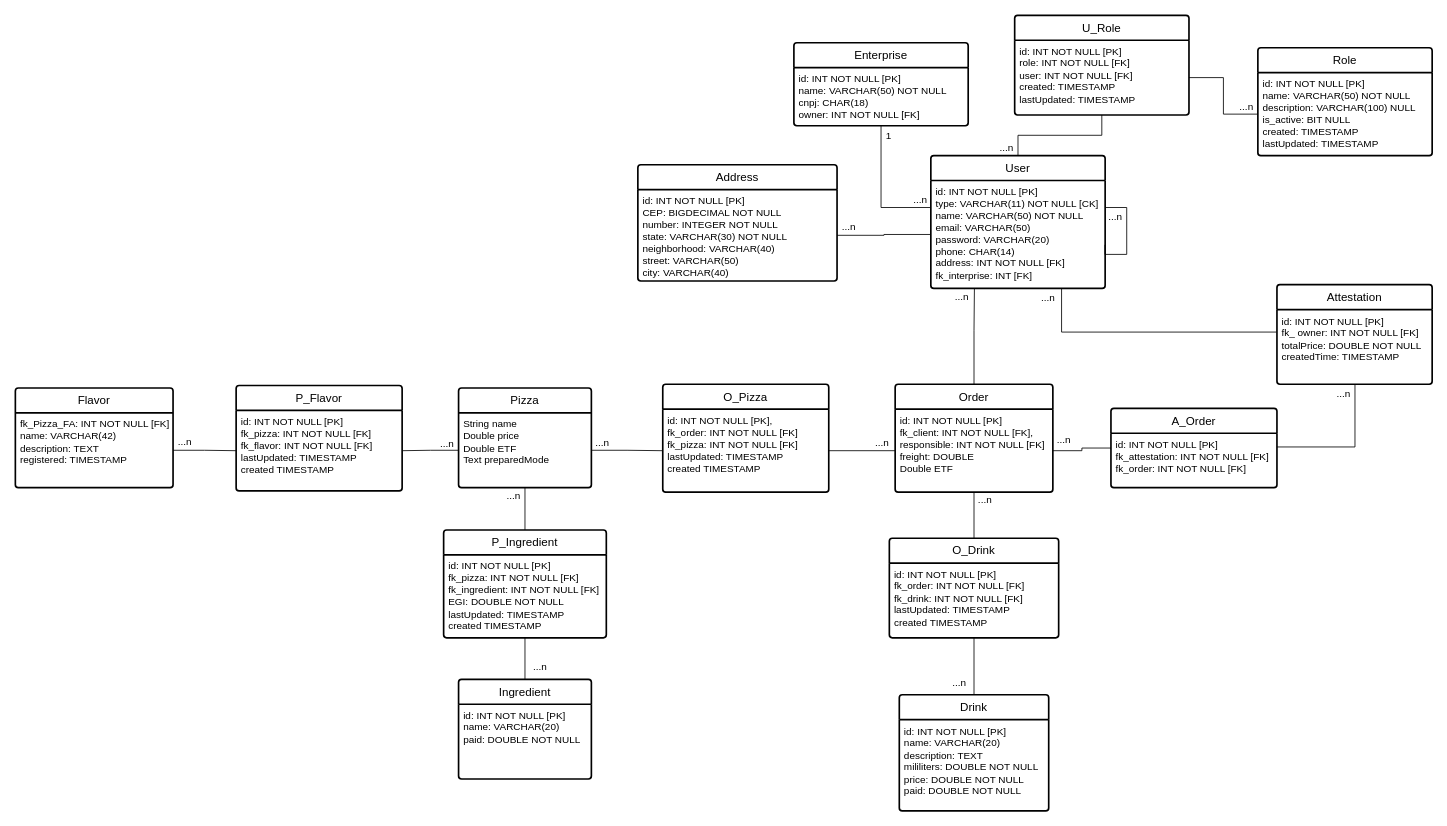
Before: DER Orderize.drawio in Sant-Thiago/Estudos, a draw.io diagram. Source tidied: cells renumbered, new cells numbered last; positions are measured from the earlier drawing's top-left corner, leaving out a move shared by most shapes. Both pictures are drawn from the tidied source at 83%, with x=0, y=0 at pixel (15, 15).
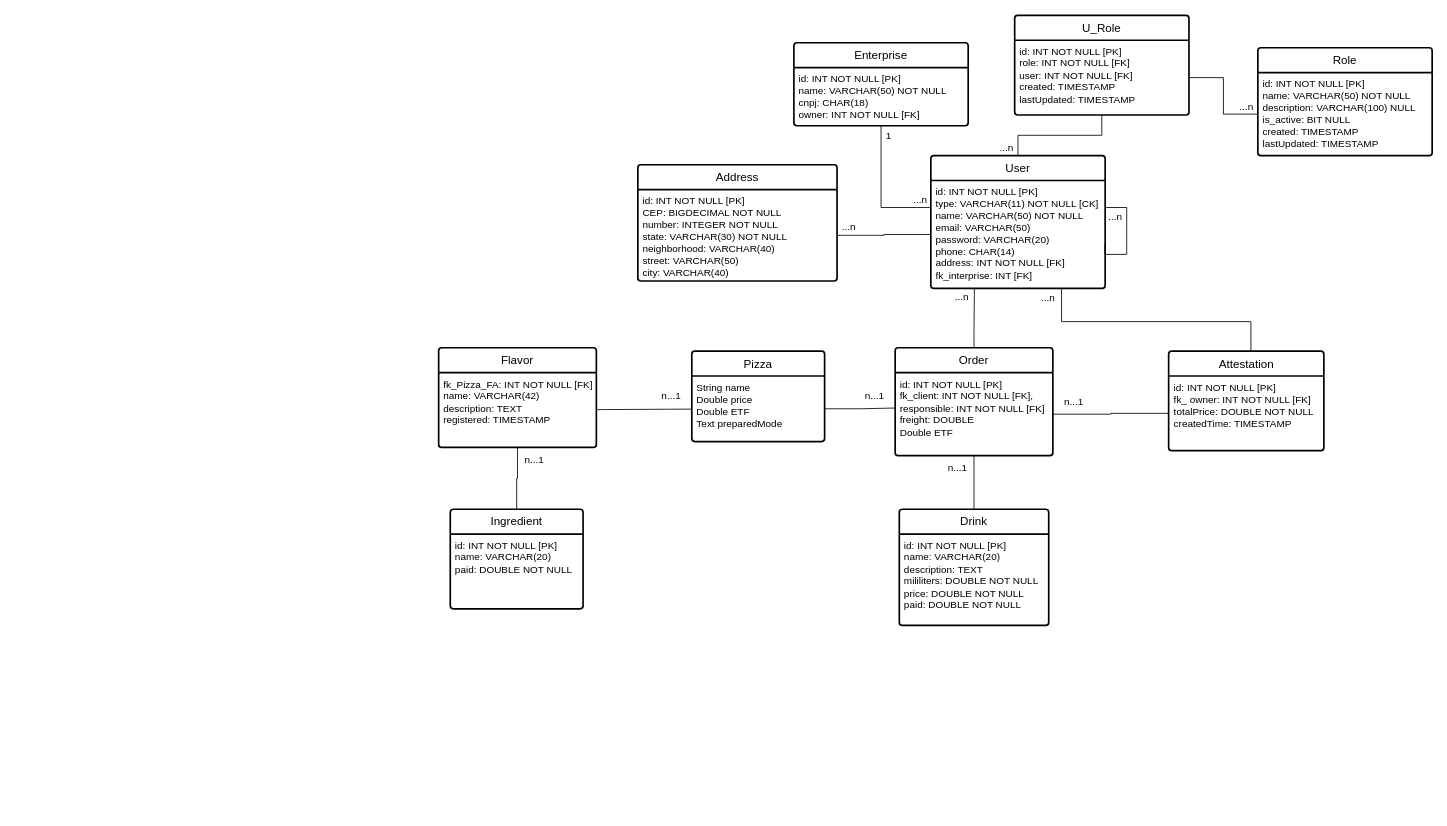
Above is the later version.

Unchanged cells that the change refers to:
```xml
<mxCell id="7" value="&lt;div&gt;id: INT NOT NULL [PK]&lt;/div&gt;&lt;div&gt;&lt;span style=&quot;background-color: initial;&quot;&gt;type: VARCHAR(11) NOT NULL [CK]&lt;/span&gt;&lt;/div&gt;&lt;div&gt;&lt;span style=&quot;background-color: initial;&quot;&gt;name:&amp;nbsp;&lt;/span&gt;VARCHAR(50) NOT NULL&amp;nbsp;&lt;/div&gt;&lt;div&gt;email:&amp;nbsp;&lt;span style=&quot;background-color: initial;&quot;&gt;VARCHAR(50)&lt;/span&gt;&lt;/div&gt;&lt;div&gt;password:&amp;nbsp;&lt;span style=&quot;background-color: initial;&quot;&gt;VARCHAR(20)&lt;/span&gt;&lt;/div&gt;&lt;div&gt;phone: CHAR(14)&lt;/div&gt;&lt;div&gt;&lt;span style=&quot;background-color: initial;&quot;&gt;address: INT NOT NULL [FK]&lt;/span&gt;&lt;/div&gt;&lt;div&gt;fk_interprise: INT [FK]&amp;nbsp; &lt;br&gt;&lt;/div&gt;&lt;div&gt;&lt;br&gt;&lt;/div&gt;&lt;div&gt;&lt;span style=&quot;background-color: initial;&quot;&gt;&lt;br&gt;&lt;/span&gt;&lt;/div&gt;&lt;div&gt;&lt;br&gt;&lt;/div&gt;&lt;div&gt;&lt;br&gt;&lt;/div&gt;" style="align=left;strokeColor=none;fillColor=none;spacingLeft=4;fontSize=12;verticalAlign=top;html=1;" parent="6" vertex="1">
  <mxGeometry y="30" width="210" height="130" as="geometry" />
</mxCell>
<mxCell id="10" value="&lt;div&gt;fk_Pizza_FA: INT NOT NULL [FK]&lt;br&gt;&lt;/div&gt;&lt;div&gt;name: VARCHAR(42)&lt;/div&gt;&lt;div&gt;&lt;span style=&quot;background-color: initial;&quot;&gt;description: TEXT&lt;/span&gt;&amp;nbsp;&lt;/div&gt;&lt;div&gt;registered: TIMESTAMP&amp;nbsp;&lt;/div&gt;" style="align=left;strokeColor=none;fillColor=none;spacingLeft=4;fontSize=12;verticalAlign=top;html=1;" parent="9" vertex="1">
  <mxGeometry y="30" width="190" height="90" as="geometry" />
</mxCell>
<mxCell id="15" value="&lt;div&gt;id: INT NOT NULL [PK]&lt;/div&gt;fk_client: INT NOT NULL [FK],&lt;br&gt;&lt;div&gt;&lt;span style=&quot;background-color: initial;&quot;&gt;responsible:&amp;nbsp;&lt;/span&gt;INT NOT NULL [FK]&lt;/div&gt;&lt;div&gt;&lt;span style=&quot;background-color: initial;&quot;&gt;freight:&amp;nbsp;&lt;/span&gt;DOUBLE &lt;br&gt;&lt;/div&gt;&lt;div&gt;Double ETF&lt;br&gt;&lt;/div&gt;" style="align=left;strokeColor=none;fillColor=none;spacingLeft=4;fontSize=12;verticalAlign=top;html=1;" parent="14" vertex="1">
  <mxGeometry y="30" width="190" height="100" as="geometry" />
</mxCell>
<mxCell id="20" value="&lt;div&gt;id: INT NOT NULL [PK]&lt;/div&gt;&lt;div&gt;&lt;div&gt;&lt;span style=&quot;background-color: initial;&quot;&gt;fk_ owner: INT NOT NULL [FK]&lt;/span&gt;&lt;/div&gt;&lt;/div&gt;&lt;div&gt;&lt;span style=&quot;background-color: initial;&quot;&gt;totalPrice:&amp;nbsp;&lt;/span&gt;DOUBLE NOT NULL&lt;br&gt;&lt;/div&gt;&lt;div&gt;createdTime: TIMESTAMP&lt;/div&gt;&lt;div&gt;&lt;br&gt;&lt;/div&gt;" style="align=left;strokeColor=none;fillColor=none;spacingLeft=4;fontSize=12;verticalAlign=top;html=1;" parent="19" vertex="1">
  <mxGeometry y="30" width="187" height="90" as="geometry" />
</mxCell>
```

The edit, as a diff of the source:
```diff
@@
-    <mxCell id="2" value="...&lt;span style=&quot;background-color: initial;&quot;&gt;n&lt;/span&gt;" style="text;html=1;align=center;verticalAlign=middle;strokeColor=none;fillColor=none;" parent="1" vertex="1">
-      <mxGeometry x="1024" y="499.5" width="40" height="30" as="geometry" />
+    <mxCell id="2" value="n...1" style="text;html=1;align=center;verticalAlign=middle;strokeColor=none;fillColor=none;" parent="1" vertex="1">
+      <mxGeometry x="1010" y="444" width="50" height="30" as="geometry" />
     </mxCell>
-    <mxCell id="3" value="...&lt;span style=&quot;background-color: initial;&quot;&gt;n&lt;/span&gt;" style="text;html=1;align=center;verticalAlign=middle;strokeColor=none;fillColor=none;" parent="1" vertex="1">
-      <mxGeometry x="184" y="498.5" width="40" height="30" as="geometry" />
-    </mxCell>
-    <mxCell id="4" value="...&lt;span style=&quot;background-color: initial;&quot;&gt;n&lt;/span&gt;" style="text;html=1;align=center;verticalAlign=middle;strokeColor=none;fillColor=none;" parent="1" vertex="1">
-      <mxGeometry x="687" y="500" width="40" height="30" as="geometry" />
-    </mxCell>
@@
     <mxCell id="9" value="Flavor" style="swimlane;horizontal=1;startSize=30;rounded=1;fontSize=14;fontStyle=0;strokeWidth=2;shadow=0;dashed=0;align=center;arcSize=4;whiteSpace=wrap;html=1;" parent="1" vertex="1">
-      <mxGeometry y="449" width="190" height="120" as="geometry" />
+      <mxGeometry x="510" y="400.5" width="190" height="120" as="geometry" />
     </mxCell>
@@
     <mxCell id="11" value="Pizza" style="swimlane;horizontal=1;startSize=30;rounded=1;fontSize=14;fontStyle=0;strokeWidth=2;shadow=0;dashed=0;align=center;arcSize=4;whiteSpace=wrap;html=1;" parent="1" vertex="1">
-      <mxGeometry x="534" y="449" width="160" height="120" as="geometry" />
+      <mxGeometry x="815" y="404.5" width="160" height="109" as="geometry" />
     </mxCell>
     <mxCell id="12" value="&lt;div&gt;String name&lt;/div&gt;&lt;div&gt;Double price&lt;span style=&quot;background-color: initial;&quot;&gt;&amp;nbsp;&lt;/span&gt;&lt;/div&gt;&lt;div&gt;Double&amp;nbsp;ETF&lt;/div&gt;&lt;div&gt;Text preparedMode&lt;/div&gt;" style="align=left;strokeColor=none;fillColor=none;spacingLeft=4;fontSize=12;verticalAlign=top;html=1;" parent="11" vertex="1">
-      <mxGeometry y="30" width="160" height="90" as="geometry" />
+      <mxGeometry y="30" width="160" height="79" as="geometry" />
     </mxCell>
@@
     <mxCell id="14" value="Ord&lt;span style=&quot;background-color: initial;&quot;&gt;er&lt;/span&gt;" style="swimlane;horizontal=1;startSize=30;rounded=1;fontSize=14;fontStyle=0;strokeWidth=2;shadow=0;dashed=0;align=center;arcSize=4;whiteSpace=wrap;html=1;" parent="1" vertex="1">
-      <mxGeometry x="1060" y="444.5" width="190" height="130" as="geometry" />
+      <mxGeometry x="1060" y="400.5" width="190" height="130" as="geometry" />
     </mxCell>
@@
-    <mxCell id="18" style="edgeStyle=orthogonalEdgeStyle;rounded=0;jettySize=auto;html=1;exitX=-0.002;exitY=0.301;exitDx=0;exitDy=0;endArrow=none;endFill=0;endSize=12;entryX=0.75;entryY=1;entryDx=0;entryDy=0;exitPerimeter=0;" parent="1" edge="1" source="20" target="7">
-      <mxGeometry relative="1" as="geometry" />
+    <mxCell id="18" style="edgeStyle=orthogonalEdgeStyle;rounded=0;jettySize=auto;html=1;exitX=0.53;exitY=0.006;exitDx=0;exitDy=0;endArrow=none;endFill=0;endSize=12;entryX=0.75;entryY=1;entryDx=0;entryDy=0;exitPerimeter=0;" parent="1" edge="1" source="19" target="7">
+      <mxGeometry relative="1" as="geometry">
+        <Array as="points">
+          <mxPoint x="1489" y="369" />
+          <mxPoint x="1260" y="369" />
+        </Array>
+      </mxGeometry>
     </mxCell>
     <mxCell id="19" value="Attestation" style="swimlane;horizontal=1;startSize=30;rounded=1;fontSize=14;fontStyle=0;strokeWidth=2;shadow=0;dashed=0;align=center;arcSize=4;whiteSpace=wrap;html=1;" parent="1" vertex="1">
-      <mxGeometry x="1520" y="324.5" width="187" height="120" as="geometry" />
+      <mxGeometry x="1389.5" y="404.5" width="187" height="120" as="geometry" />
     </mxCell>
@@
+    <mxCell id="69" style="edgeStyle=orthogonalEdgeStyle;rounded=0;jettySize=auto;html=1;fontSize=12;startSize=8;endSize=8;endArrow=none;endFill=0;" parent="1" edge="1" source="22" target="15">
+      <mxGeometry relative="1" as="geometry" />
+    </mxCell>
     <mxCell id="22" value="Drink" style="swimlane;horizontal=1;startSize=30;rounded=1;fontSize=14;fontStyle=0;strokeWidth=2;shadow=0;dashed=0;align=center;arcSize=4;whiteSpace=wrap;html=1;" parent="1" vertex="1">
-      <mxGeometry x="1065" y="818.5" width="180" height="140" as="geometry" />
+      <mxGeometry x="1065" y="595" width="180" height="140" as="geometry" />
     </mxCell>
@@
+    <mxCell id="70" style="edgeStyle=orthogonalEdgeStyle;rounded=0;jettySize=auto;html=1;entryX=0.5;entryY=1;entryDx=0;entryDy=0;fontSize=12;startSize=8;endSize=8;endArrow=none;endFill=0;" parent="1" edge="1" source="24" target="10">
+      <mxGeometry relative="1" as="geometry" />
+    </mxCell>
     <mxCell id="24" value="Ingredient" style="swimlane;horizontal=1;startSize=30;rounded=1;fontSize=14;fontStyle=0;strokeWidth=2;shadow=0;dashed=0;align=center;arcSize=4;whiteSpace=wrap;html=1;" parent="1" vertex="1">
-      <mxGeometry x="534" y="800" width="160" height="120" as="geometry" />
+      <mxGeometry x="524" y="595" width="160" height="120" as="geometry" />
     </mxCell>
@@
-    <mxCell id="26" style="edgeStyle=orthogonalEdgeStyle;rounded=0;jettySize=auto;html=1;exitX=0.5;exitY=1;exitDx=0;exitDy=0;entryX=0.5;entryY=0;entryDx=0;entryDy=0;endArrow=none;endFill=0;endSize=12;" parent="1" edge="1" source="44" target="22">
-      <mxGeometry relative="1" as="geometry" />
-    </mxCell>
-    <mxCell id="27" value="...n" style="text;html=1;align=center;verticalAlign=middle;strokeColor=none;fillColor=none;" parent="1" vertex="1">
-      <mxGeometry x="1148" y="568.5" width="40" height="30" as="geometry" />
-    </mxCell>
-    <mxCell id="28" value="...&lt;span style=&quot;background-color: initial;&quot;&gt;n&lt;/span&gt;" style="text;html=1;align=center;verticalAlign=middle;strokeColor=none;fillColor=none;" parent="1" vertex="1">
-      <mxGeometry x="500" y="501" width="40" height="30" as="geometry" />
-    </mxCell>
-    <mxCell id="29" value="P_Flavor" style="swimlane;horizontal=1;startSize=30;rounded=1;fontSize=14;fontStyle=0;strokeWidth=2;shadow=0;dashed=0;align=center;arcSize=4;whiteSpace=wrap;html=1;" parent="1" vertex="1">
-      <mxGeometry x="266" y="446" width="200" height="127" as="geometry" />
-    </mxCell>
-    <mxCell id="30" value="&lt;div&gt;id: INT NOT NULL [PK]&lt;/div&gt;&lt;div&gt;fk_pizza: INT NOT NULL [FK]&lt;/div&gt;&lt;div&gt;fk_flavor: INT NOT NULL [FK]&amp;nbsp;&lt;/div&gt;&lt;div&gt;&lt;div&gt;lastUpdated: TIMESTAMP&lt;/div&gt;&lt;div&gt;created TIMESTAMP&lt;/div&gt;&lt;/div&gt;" style="align=left;strokeColor=none;fillColor=none;spacingLeft=4;fontSize=12;verticalAlign=top;html=1;" parent="29" vertex="1">
-      <mxGeometry y="30" width="200" height="97" as="geometry" />
-    </mxCell>
-    <mxCell id="31" style="edgeStyle=orthogonalEdgeStyle;rounded=0;jettySize=auto;html=1;endArrow=none;endFill=0;" parent="1" edge="1" source="12" target="30">
-      <mxGeometry relative="1" as="geometry" />
-    </mxCell>
-    <mxCell id="32" style="edgeStyle=orthogonalEdgeStyle;rounded=0;jettySize=auto;html=1;exitX=1;exitY=0.5;exitDx=0;exitDy=0;entryX=0;entryY=0.5;entryDx=0;entryDy=0;endArrow=none;endFill=0;" parent="1" edge="1" source="10" target="30">
-      <mxGeometry relative="1" as="geometry" />
-    </mxCell>
-    <mxCell id="33" style="edgeStyle=orthogonalEdgeStyle;rounded=0;jettySize=auto;html=1;exitX=0.5;exitY=1;exitDx=0;exitDy=0;entryX=0.5;entryY=0;entryDx=0;entryDy=0;endSize=12;endArrow=none;endFill=0;" parent="1" edge="1" source="12" target="34">
-      <mxGeometry relative="1" as="geometry" />
-    </mxCell>
-    <mxCell id="34" value="P_Ingredient" style="swimlane;horizontal=1;startSize=30;rounded=1;fontSize=14;fontStyle=0;strokeWidth=2;shadow=0;dashed=0;align=center;arcSize=4;whiteSpace=wrap;html=1;" parent="1" vertex="1">
-      <mxGeometry x="516" y="620" width="196" height="130" as="geometry" />
-    </mxCell>
-    <mxCell id="35" value="&lt;div&gt;id: INT NOT NULL [PK]&lt;/div&gt;&lt;div&gt;fk_pizza: INT NOT NULL [FK]&lt;/div&gt;&lt;div&gt;fk_ingredient: INT NOT NULL [FK]&lt;/div&gt;&lt;div&gt;EGI: DOUBLE NOT NULL&lt;/div&gt;&lt;div&gt;&lt;div&gt;lastUpdated: TIMESTAMP&lt;/div&gt;&lt;div&gt;created TIMESTAMP&lt;/div&gt;&lt;/div&gt;" style="align=left;strokeColor=none;fillColor=none;spacingLeft=4;fontSize=12;verticalAlign=top;html=1;" parent="34" vertex="1">
-      <mxGeometry y="30" width="196" height="100" as="geometry" />
-    </mxCell>
-    <mxCell id="36" value="...&lt;span style=&quot;background-color: initial;&quot;&gt;n&lt;/span&gt;" style="text;html=1;align=center;verticalAlign=middle;strokeColor=none;fillColor=none;" parent="1" vertex="1">
-      <mxGeometry x="612" y="770" width="40" height="30" as="geometry" />
-    </mxCell>
-    <mxCell id="37" value="...&lt;span style=&quot;background-color: initial;&quot;&gt;n&lt;/span&gt;" style="text;html=1;align=center;verticalAlign=middle;strokeColor=none;fillColor=none;" parent="1" vertex="1">
-      <mxGeometry x="580" y="564" width="40" height="30" as="geometry" />
-    </mxCell>
-    <mxCell id="38" value="O_Pizza" style="swimlane;horizontal=1;startSize=30;rounded=1;fontSize=14;fontStyle=0;strokeWidth=2;shadow=0;dashed=0;align=center;arcSize=4;whiteSpace=wrap;html=1;" parent="1" vertex="1">
-      <mxGeometry x="780" y="444.5" width="200" height="130" as="geometry" />
-    </mxCell>
-    <mxCell id="39" value="id: INT NOT NULL [PK],&lt;br&gt;&lt;div&gt;&lt;span style=&quot;background-color: initial;&quot;&gt;fk_order:&amp;nbsp;&lt;/span&gt;INT NOT NULL [FK]&lt;/div&gt;&lt;div&gt;&lt;span style=&quot;background-color: initial;&quot;&gt;fk_pizza: INT NOT NULL [FK]&lt;/span&gt;&lt;/div&gt;&lt;div&gt;&lt;div&gt;lastUpdated: TIMESTAMP&lt;/div&gt;&lt;div&gt;created TIMESTAMP&lt;/div&gt;&lt;/div&gt;" style="align=left;strokeColor=none;fillColor=none;spacingLeft=4;fontSize=12;verticalAlign=top;html=1;" parent="38" vertex="1">
-      <mxGeometry y="30" width="200" height="100" as="geometry" />
-    </mxCell>
-    <mxCell id="40" style="edgeStyle=orthogonalEdgeStyle;rounded=0;jettySize=auto;html=1;exitX=0.5;exitY=0;exitDx=0;exitDy=0;endArrow=none;endFill=0;" parent="1" edge="1" source="24" target="35">
-      <mxGeometry relative="1" as="geometry" />
-    </mxCell>
-    <mxCell id="41" style="edgeStyle=orthogonalEdgeStyle;rounded=0;jettySize=auto;html=1;endArrow=none;endFill=0;" parent="1" edge="1" source="12" target="39">
+    <mxCell id="41" style="edgeStyle=orthogonalEdgeStyle;rounded=0;jettySize=auto;html=1;endArrow=none;endFill=0;entryX=0.002;entryY=0.426;entryDx=0;entryDy=0;entryPerimeter=0;" parent="1" edge="1" source="12" target="15">
       <mxGeometry relative="1" as="geometry" />
     </mxCell>
-    <mxCell id="42" style="edgeStyle=orthogonalEdgeStyle;rounded=0;jettySize=auto;html=1;exitX=1;exitY=0.5;exitDx=0;exitDy=0;entryX=0;entryY=0.5;entryDx=0;entryDy=0;endArrow=none;endFill=0;" parent="1" edge="1" source="39" target="15">
-      <mxGeometry relative="1" as="geometry" />
-    </mxCell>
-    <mxCell id="43" style="edgeStyle=orthogonalEdgeStyle;rounded=0;jettySize=auto;html=1;exitX=0.5;exitY=1;exitDx=0;exitDy=0;entryX=0.5;entryY=0;entryDx=0;entryDy=0;endArrow=none;endFill=0;endSize=12;" parent="1" edge="1" source="15" target="44">
-      <mxGeometry relative="1" as="geometry" />
-    </mxCell>
-    <mxCell id="44" value="O_Drink" style="swimlane;horizontal=1;startSize=30;rounded=1;fontSize=14;fontStyle=0;strokeWidth=2;shadow=0;dashed=0;align=center;arcSize=4;whiteSpace=wrap;html=1;" parent="1" vertex="1">
-      <mxGeometry x="1053" y="630" width="204" height="120" as="geometry" />
-    </mxCell>
-    <mxCell id="45" value="&lt;div&gt;id: INT NOT NULL [PK]&lt;/div&gt;&lt;div&gt;fk_order: INT NOT NULL [FK]&lt;/div&gt;&lt;div&gt;fk_drink: INT NOT NULL [FK]&lt;/div&gt;&lt;div&gt;&lt;span style=&quot;background-color: initial;&quot;&gt;lastUpdated: TIMESTAMP&lt;/span&gt;&lt;/div&gt;&lt;div&gt;&lt;div&gt;created TIMESTAMP&lt;/div&gt;&lt;/div&gt;" style="align=left;strokeColor=none;fillColor=none;spacingLeft=4;fontSize=12;verticalAlign=top;html=1;" parent="44" vertex="1">
-      <mxGeometry y="30" width="204" height="90" as="geometry" />
-    </mxCell>
-    <mxCell id="46" value="...&lt;span style=&quot;background-color: initial;&quot;&gt;n&lt;/span&gt;" style="text;html=1;align=center;verticalAlign=middle;strokeColor=none;fillColor=none;" parent="1" vertex="1">
-      <mxGeometry x="1117" y="789" width="40" height="30" as="geometry" />
-    </mxCell>
@@
-    <mxCell id="51" style="edgeStyle=orthogonalEdgeStyle;rounded=0;jettySize=auto;html=1;endArrow=none;endFill=0;" parent="1" edge="1" source="52" target="15">
-      <mxGeometry relative="1" as="geometry" />
-    </mxCell>
-    <mxCell id="52" value="A_Order" style="swimlane;horizontal=1;startSize=30;rounded=1;fontSize=14;fontStyle=0;strokeWidth=2;shadow=0;dashed=0;align=center;arcSize=4;whiteSpace=wrap;html=1;" parent="1" vertex="1">
-      <mxGeometry x="1320" y="473.5" width="200" height="95.5" as="geometry" />
-    </mxCell>
-    <mxCell id="53" value="&lt;div&gt;id: INT NOT NULL [PK]&lt;/div&gt;&lt;div&gt;fk_attestation: INT NOT NULL [FK]&lt;/div&gt;&lt;div&gt;fk_order: INT NOT NULL [FK]&lt;/div&gt;" style="align=left;strokeColor=none;fillColor=none;spacingLeft=4;fontSize=12;verticalAlign=top;html=1;" parent="52" vertex="1">
-      <mxGeometry y="30" width="200" height="65.5" as="geometry" />
-    </mxCell>
-    <mxCell id="54" style="edgeStyle=orthogonalEdgeStyle;rounded=0;jettySize=auto;html=1;endArrow=none;endFill=0;" parent="1" edge="1" source="53" target="20">
-      <mxGeometry relative="1" as="geometry">
-        <Array as="points">
-          <mxPoint x="1614" y="520" />
-        </Array>
-      </mxGeometry>
-    </mxCell>
-    <mxCell id="55" value="...n" style="text;html=1;align=center;verticalAlign=middle;strokeColor=none;fillColor=none;" parent="1" vertex="1">
-      <mxGeometry x="1243" y="497" width="40" height="30" as="geometry" />
+    <mxCell id="55" value="n...1" style="text;html=1;align=center;verticalAlign=middle;strokeColor=none;fillColor=none;" parent="1" vertex="1">
+      <mxGeometry x="1250" y="450.5" width="50" height="30" as="geometry" />
     </mxCell>
-    <mxCell id="56" value="...n" style="text;html=1;align=center;verticalAlign=middle;strokeColor=none;fillColor=none;" parent="1" vertex="1">
-      <mxGeometry x="1580" y="441" width="40" height="30" as="geometry" />
-    </mxCell>
@@
+    <mxCell id="71" style="edgeStyle=none;curved=1;rounded=0;jettySize=auto;html=1;fontSize=12;startSize=8;endSize=8;endArrow=none;endFill=0;" parent="1" edge="1" source="10" target="12">
+      <mxGeometry relative="1" as="geometry" />
+    </mxCell>
+    <mxCell id="72" value="n...1" style="text;html=1;align=center;verticalAlign=middle;strokeColor=none;fillColor=none;" parent="1" vertex="1">
+      <mxGeometry x="765" y="444" width="50" height="30" as="geometry" />
+    </mxCell>
+    <mxCell id="73" value="n...1" style="text;html=1;align=center;verticalAlign=middle;strokeColor=none;fillColor=none;" parent="1" vertex="1">
+      <mxGeometry x="600" y="520.5" width="50" height="30" as="geometry" />
+    </mxCell>
+    <mxCell id="74" value="n...1" style="text;html=1;align=center;verticalAlign=middle;strokeColor=none;fillColor=none;" parent="1" vertex="1">
+      <mxGeometry x="1110" y="530.5" width="50" height="30" as="geometry" />
+    </mxCell>
+    <mxCell id="75" style="edgeStyle=orthogonalEdgeStyle;rounded=0;jettySize=auto;html=1;entryX=1;entryY=0.5;entryDx=0;entryDy=0;fontSize=12;startSize=8;endSize=8;endArrow=none;endFill=0;" parent="1" edge="1" source="20" target="15">
+      <mxGeometry relative="1" as="geometry" />
+    </mxCell>
```
